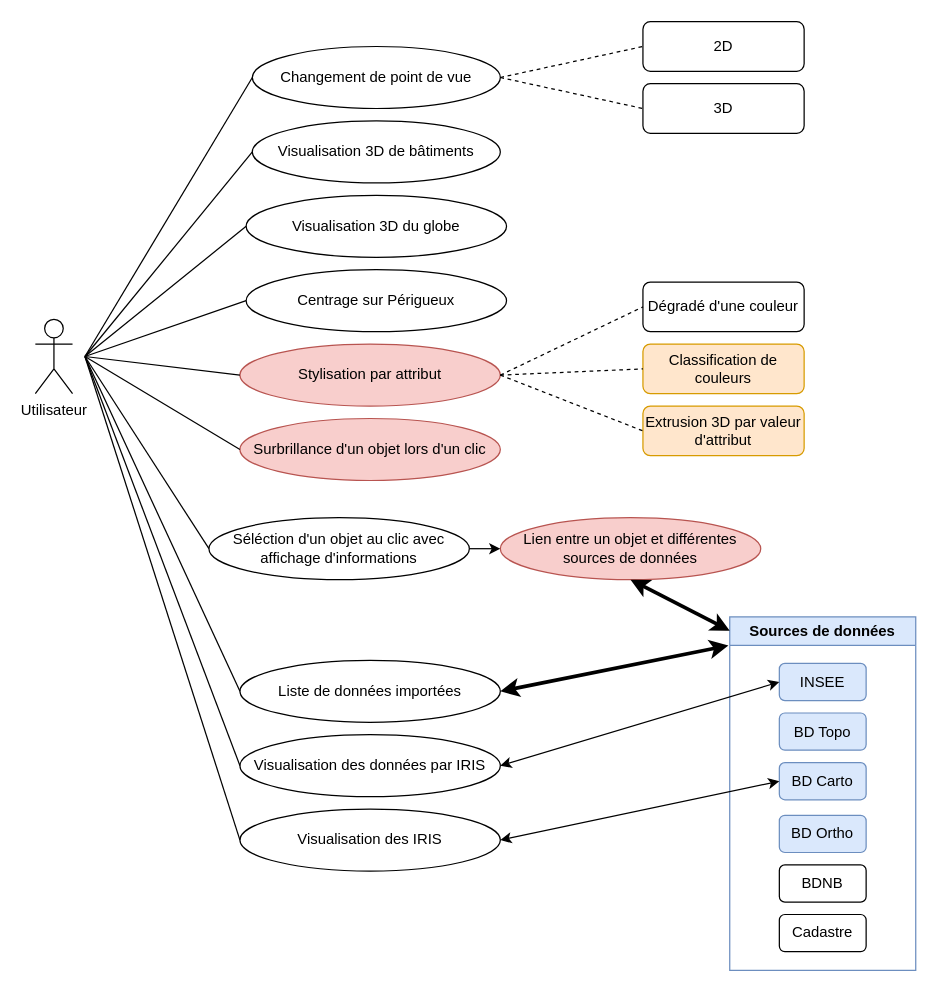
This is Use_case.drawio from EnzoVenon/Gemini_numeriques, a draw.io file, before an edit. Source tidied: cells renumbered, new cells numbered last; positions are measured from the earlier drawing's top-left corner, leaving out a move shared by most shapes. Both pictures are drawn from the tidied source at 124%, with x=0, y=0 at pixel (35, 21).
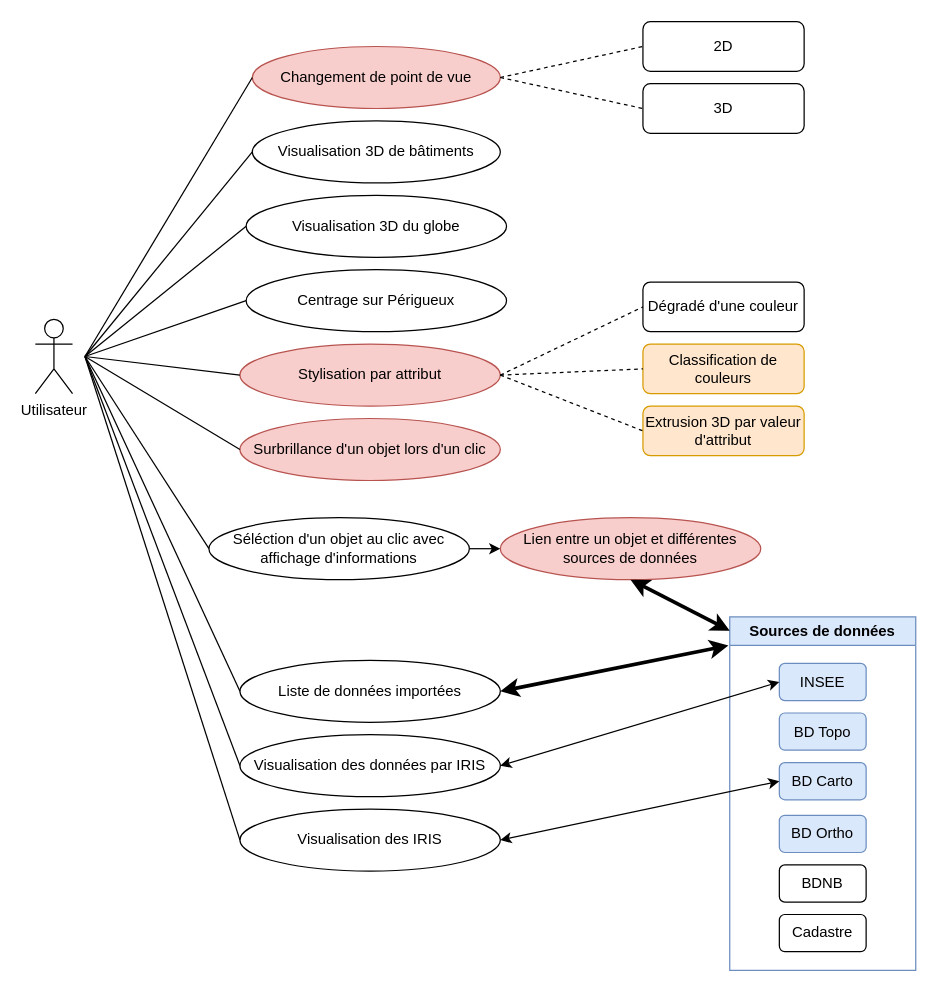
The same diagram, later.

Commit message:
changement de couleurs

Change to the diagram source:
```diff
@@
-    <mxCell id="40" value="Changement de point de vue" style="ellipse;whiteSpace=wrap;html=1;" parent="1" vertex="1">
+    <mxCell id="40" value="Changement de point de vue" style="ellipse;whiteSpace=wrap;html=1;fillColor=#f8cecc;strokeColor=#b85450;" parent="1" vertex="1">
       <mxGeometry x="175" y="20" width="200" height="50" as="geometry" />
     </mxCell>
```
